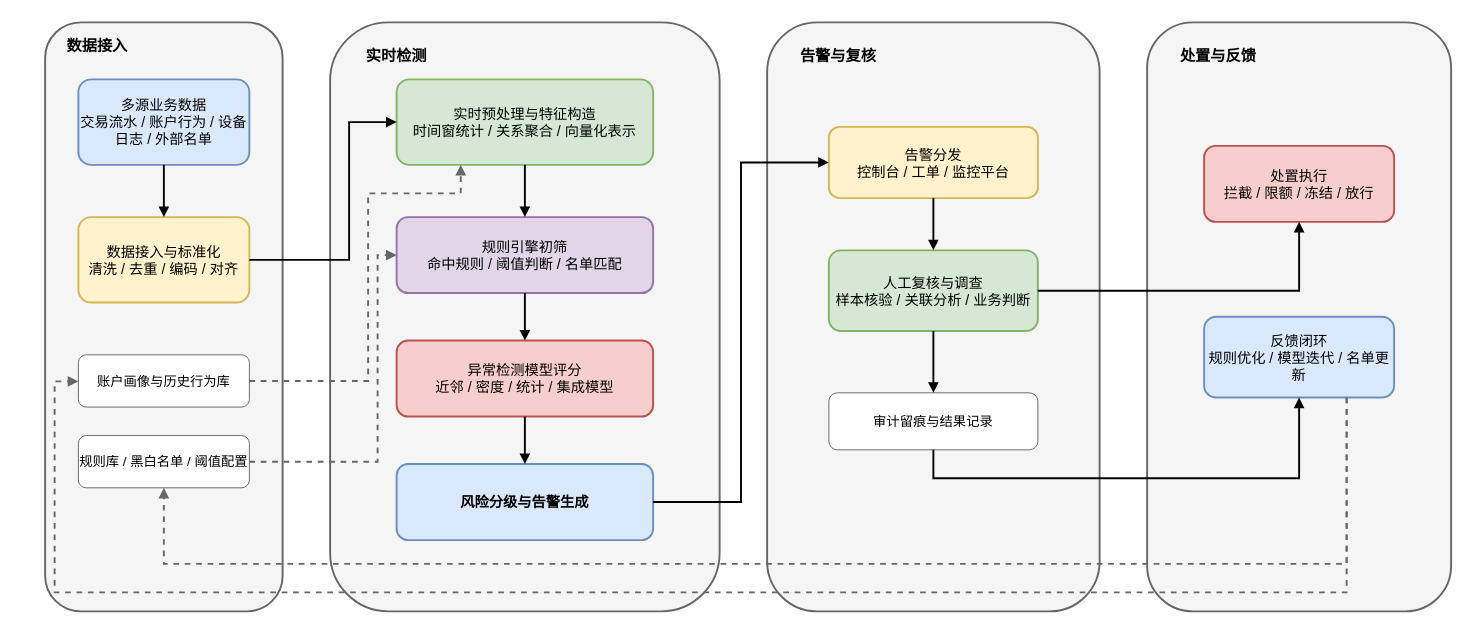
The draw.io diagram sysuthesis/figures/fig1_3_financial_anomaly_standard_flow.drawio in HuangEven/sysuthesis, before the edit. Source tidied: cells renumbered, new cells numbered last; positions are measured from the earlier drawing's top-left corner, leaving out a move shared by most shapes. Both pictures are drawn from the tidied source at 95%, with x=0, y=0 at pixel (45, 22).
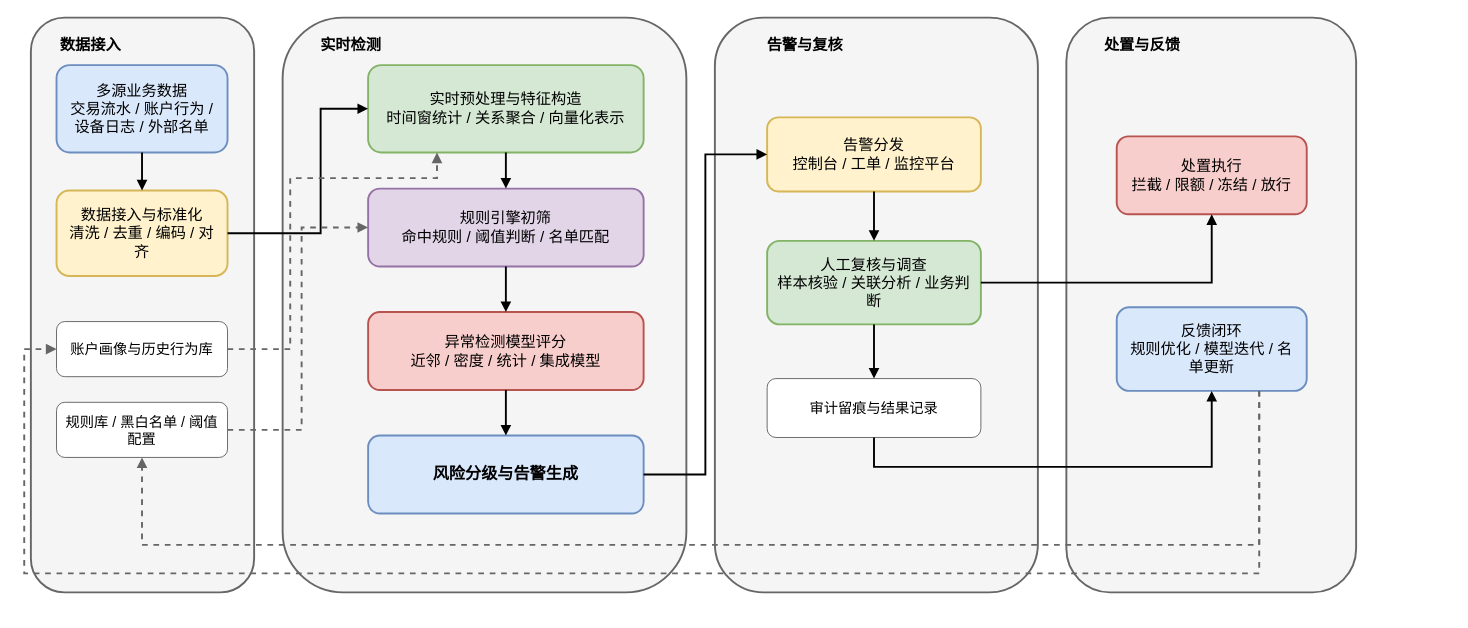
Above is the later version.

Change to the diagram source:
```diff
@@
-    <mxCell id="2" style="rounded=1;whiteSpace=wrap;html=1;fillColor=#f5f5f5;strokeColor=#666666;strokeWidth=2;fontSize=16;fontStyle=1;" parent="1" vertex="1">
-      <mxGeometry width="250" height="620" as="geometry" />
+    <mxCell id="2" style="rounded=1;whiteSpace=wrap;html=1;fillColor=#f5f5f5;strokeColor=#666666;strokeWidth=2;fontSize=18;fontStyle=1;" parent="1" vertex="1">
+      <mxGeometry x="-15" y="-5" width="235" height="605" as="geometry" />
     </mxCell>
-    <mxCell id="3" style="rounded=1;whiteSpace=wrap;html=1;fillColor=#f5f5f5;strokeColor=#666666;strokeWidth=2;fontSize=16;fontStyle=1;" parent="1" vertex="1">
-      <mxGeometry x="300" width="410" height="620" as="geometry" />
+    <mxCell id="3" style="rounded=1;whiteSpace=wrap;html=1;fillColor=#f5f5f5;strokeColor=#666666;strokeWidth=2;fontSize=18;fontStyle=1;" parent="1" vertex="1">
+      <mxGeometry x="250" y="-5" width="425" height="605" as="geometry" />
     </mxCell>
-    <mxCell id="4" style="rounded=1;whiteSpace=wrap;html=1;fillColor=#f5f5f5;strokeColor=#666666;strokeWidth=2;fontSize=16;fontStyle=1;" parent="1" vertex="1">
-      <mxGeometry x="760" width="350" height="620" as="geometry" />
+    <mxCell id="4" style="rounded=1;whiteSpace=wrap;html=1;fillColor=#f5f5f5;strokeColor=#666666;strokeWidth=2;fontSize=18;fontStyle=1;" parent="1" vertex="1">
+      <mxGeometry x="705" y="-5" width="340" height="605" as="geometry" />
     </mxCell>
-    <mxCell id="5" style="rounded=1;whiteSpace=wrap;html=1;fillColor=#f5f5f5;strokeColor=#666666;strokeWidth=2;fontSize=16;fontStyle=1;" parent="1" vertex="1">
-      <mxGeometry x="1160" width="320" height="620" as="geometry" />
+    <mxCell id="5" style="rounded=1;whiteSpace=wrap;html=1;fillColor=#f5f5f5;strokeColor=#666666;strokeWidth=2;fontSize=18;fontStyle=1;" parent="1" vertex="1">
+      <mxGeometry x="1075" y="-5" width="305" height="605" as="geometry" />
     </mxCell>
-    <mxCell id="6" value="多源业务数据&#10;交易流水 / 账户行为 / 设备日志 / 外部名单" style="rounded=1;whiteSpace=wrap;html=1;fillColor=#dae8fc;strokeColor=#6c8ebf;strokeWidth=2;fontSize=15;" parent="1" vertex="1">
-      <mxGeometry x="35" y="60" width="180" height="90" as="geometry" />
+    <mxCell id="6" value="多源业务数据&#10;交易流水 / 账户行为 / 设备日志 / 外部名单" style="rounded=1;whiteSpace=wrap;html=1;fillColor=#dae8fc;strokeColor=#6c8ebf;strokeWidth=2;fontSize=16;spacingLeft=6;spacingRight=6;" parent="1" vertex="1">
+      <mxGeometry x="12" y="45" width="180" height="92" as="geometry" />
     </mxCell>
-    <mxCell id="7" value="数据接入与标准化&#10;清洗 / 去重 / 编码 / 对齐" style="rounded=1;whiteSpace=wrap;html=1;fillColor=#fff2cc;strokeColor=#d6b656;strokeWidth=2;fontSize=15;" parent="1" vertex="1">
-      <mxGeometry x="35" y="205" width="180" height="90" as="geometry" />
+    <mxCell id="7" value="数据接入与标准化&#10;清洗 / 去重 / 编码 / 对齐" style="rounded=1;whiteSpace=wrap;html=1;fillColor=#fff2cc;strokeColor=#d6b656;strokeWidth=2;fontSize=16;spacingLeft=6;spacingRight=6;" parent="1" vertex="1">
+      <mxGeometry x="12" y="177" width="180" height="90" as="geometry" />
     </mxCell>
-    <mxCell id="8" value="账户画像与历史行为库" style="rounded=1;whiteSpace=wrap;html=1;fillColor=#ffffff;strokeColor=#666666;fontSize=14;" parent="1" vertex="1">
-      <mxGeometry x="35" y="350" width="180" height="55" as="geometry" />
+    <mxCell id="8" value="账户画像与历史行为库" style="rounded=1;whiteSpace=wrap;html=1;fillColor=#ffffff;strokeColor=#666666;fontSize=15;spacingLeft=6;spacingRight=6;" parent="1" vertex="1">
+      <mxGeometry x="12" y="315" width="180" height="58" as="geometry" />
     </mxCell>
-    <mxCell id="9" value="规则库 / 黑白名单 / 阈值配置" style="rounded=1;whiteSpace=wrap;html=1;fillColor=#ffffff;strokeColor=#666666;fontSize=14;" parent="1" vertex="1">
-      <mxGeometry x="35" y="435" width="180" height="55" as="geometry" />
+    <mxCell id="9" value="规则库 / 黑白名单 / 阈值配置" style="rounded=1;whiteSpace=wrap;html=1;fillColor=#ffffff;strokeColor=#666666;fontSize=15;spacingLeft=6;spacingRight=6;" parent="1" vertex="1">
+      <mxGeometry x="12" y="400" width="180" height="58" as="geometry" />
     </mxCell>
-    <mxCell id="10" value="实时预处理与特征构造&#10;时间窗统计 / 关系聚合 / 向量化表示" style="rounded=1;whiteSpace=wrap;html=1;fillColor=#d5e8d4;strokeColor=#82b366;strokeWidth=2;fontSize=15;" parent="1" vertex="1">
-      <mxGeometry x="370" y="60" width="270" height="90" as="geometry" />
+    <mxCell id="10" value="实时预处理与特征构造&#10;时间窗统计 / 关系聚合 / 向量化表示" style="rounded=1;whiteSpace=wrap;html=1;fillColor=#d5e8d4;strokeColor=#82b366;strokeWidth=2;fontSize=16;spacingLeft=6;spacingRight=6;" parent="1" vertex="1">
+      <mxGeometry x="340" y="45" width="290" height="92" as="geometry" />
     </mxCell>
-    <mxCell id="11" value="规则引擎初筛&#10;命中规则 / 阈值判断 / 名单匹配" style="rounded=1;whiteSpace=wrap;html=1;fillColor=#e1d5e7;strokeColor=#9673a6;strokeWidth=2;fontSize=15;" parent="1" vertex="1">
-      <mxGeometry x="370" y="205" width="270" height="80" as="geometry" />
+    <mxCell id="11" value="规则引擎初筛&#10;命中规则 / 阈值判断 / 名单匹配" style="rounded=1;whiteSpace=wrap;html=1;fillColor=#e1d5e7;strokeColor=#9673a6;strokeWidth=2;fontSize=16;spacingLeft=6;spacingRight=6;" parent="1" vertex="1">
+      <mxGeometry x="340" y="175" width="290" height="82" as="geometry" />
     </mxCell>
-    <mxCell id="12" value="异常检测模型评分&#10;近邻 / 密度 / 统计 / 集成模型" style="rounded=1;whiteSpace=wrap;html=1;fillColor=#f8cecc;strokeColor=#b85450;strokeWidth=2;fontSize=15;" parent="1" vertex="1">
-      <mxGeometry x="370" y="335" width="270" height="80" as="geometry" />
+    <mxCell id="12" value="异常检测模型评分&#10;近邻 / 密度 / 统计 / 集成模型" style="rounded=1;whiteSpace=wrap;html=1;fillColor=#f8cecc;strokeColor=#b85450;strokeWidth=2;fontSize=16;spacingLeft=6;spacingRight=6;" parent="1" vertex="1">
+      <mxGeometry x="340" y="305" width="290" height="82" as="geometry" />
     </mxCell>
-    <mxCell id="13" value="风险分级与告警生成" style="rounded=1;whiteSpace=wrap;html=1;fillColor=#dae8fc;strokeColor=#6c8ebf;strokeWidth=2;fontSize=15;fontStyle=1;" parent="1" vertex="1">
-      <mxGeometry x="370" y="465" width="270" height="80" as="geometry" />
+    <mxCell id="13" value="风险分级与告警生成" style="rounded=1;whiteSpace=wrap;html=1;fillColor=#dae8fc;strokeColor=#6c8ebf;strokeWidth=2;fontSize=17;fontStyle=1;spacingLeft=6;spacingRight=6;" parent="1" vertex="1">
+      <mxGeometry x="340" y="435" width="290" height="82" as="geometry" />
     </mxCell>
-    <mxCell id="14" value="告警分发&#10;控制台 / 工单 / 监控平台" style="rounded=1;whiteSpace=wrap;html=1;fillColor=#fff2cc;strokeColor=#d6b656;strokeWidth=2;fontSize=15;" parent="1" vertex="1">
-      <mxGeometry x="825" y="110" width="220" height="75" as="geometry" />
+    <mxCell id="14" value="告警分发&#10;控制台 / 工单 / 监控平台" style="rounded=1;whiteSpace=wrap;html=1;fillColor=#fff2cc;strokeColor=#d6b656;strokeWidth=2;fontSize=16;spacingLeft=6;spacingRight=6;" parent="1" vertex="1">
+      <mxGeometry x="760" y="100" width="225" height="78" as="geometry" />
     </mxCell>
-    <mxCell id="15" value="人工复核与调查&#10;样本核验 / 关联分析 / 业务判断" style="rounded=1;whiteSpace=wrap;html=1;fillColor=#d5e8d4;strokeColor=#82b366;strokeWidth=2;fontSize=15;" parent="1" vertex="1">
-      <mxGeometry x="825" y="240" width="220" height="85" as="geometry" />
+    <mxCell id="15" value="人工复核与调查&#10;样本核验 / 关联分析 / 业务判断" style="rounded=1;whiteSpace=wrap;html=1;fillColor=#d5e8d4;strokeColor=#82b366;strokeWidth=2;fontSize=16;spacingLeft=6;spacingRight=6;" parent="1" vertex="1">
+      <mxGeometry x="760" y="230" width="225" height="88" as="geometry" />
     </mxCell>
-    <mxCell id="16" value="审计留痕与结果记录" style="rounded=1;whiteSpace=wrap;html=1;fillColor=#ffffff;strokeColor=#666666;fontSize=14;" parent="1" vertex="1">
-      <mxGeometry x="825" y="390" width="220" height="60" as="geometry" />
+    <mxCell id="16" value="审计留痕与结果记录" style="rounded=1;whiteSpace=wrap;html=1;fillColor=#ffffff;strokeColor=#666666;fontSize=15;spacingLeft=6;spacingRight=6;" parent="1" vertex="1">
+      <mxGeometry x="760" y="375" width="225" height="62" as="geometry" />
     </mxCell>
-    <mxCell id="17" value="处置执行&#10;拦截 / 限额 / 冻结 / 放行" style="rounded=1;whiteSpace=wrap;html=1;fillColor=#f8cecc;strokeColor=#b85450;strokeWidth=2;fontSize=15;" parent="1" vertex="1">
-      <mxGeometry x="1220" y="130" width="200" height="80" as="geometry" />
+    <mxCell id="17" value="处置执行&#10;拦截 / 限额 / 冻结 / 放行" style="rounded=1;whiteSpace=wrap;html=1;fillColor=#f8cecc;strokeColor=#b85450;strokeWidth=2;fontSize=16;spacingLeft=6;spacingRight=6;" parent="1" vertex="1">
+      <mxGeometry x="1128" y="120" width="200" height="82" as="geometry" />
     </mxCell>
-    <mxCell id="18" value="反馈闭环&#10;规则优化 / 模型迭代 / 名单更新" style="rounded=1;whiteSpace=wrap;html=1;fillColor=#dae8fc;strokeColor=#6c8ebf;strokeWidth=2;fontSize=15;" parent="1" vertex="1">
-      <mxGeometry x="1220" y="310" width="200" height="85" as="geometry" />
+    <mxCell id="18" value="反馈闭环&#10;规则优化 / 模型迭代 / 名单更新" style="rounded=1;whiteSpace=wrap;html=1;fillColor=#dae8fc;strokeColor=#6c8ebf;strokeWidth=2;fontSize=16;spacingLeft=6;spacingRight=6;" parent="1" vertex="1">
+      <mxGeometry x="1128" y="300" width="200" height="88" as="geometry" />
     </mxCell>
@@
     <mxCell id="20" style="edgeStyle=orthogonalEdgeStyle;rounded=0;html=1;strokeWidth=2;endArrow=block;endFill=1;" parent="1" edge="1" source="7" target="10">
       <mxGeometry relative="1" as="geometry">
         <Array as="points">
-          <mxPoint x="320" y="250" />
-          <mxPoint x="320" y="105" />
+          <mxPoint x="290" y="222" />
+          <mxPoint x="290" y="91" />
         </Array>
       </mxGeometry>
     </mxCell>
@@
     <mxCell id="28" style="edgeStyle=orthogonalEdgeStyle;rounded=0;html=1;strokeWidth=2;endArrow=block;endFill=1;entryX=0.5;entryY=1;entryDx=0;entryDy=0;" parent="1" edge="1" source="16" target="18">
       <mxGeometry relative="1" as="geometry">
         <Array as="points">
-          <mxPoint x="935" y="480" />
-          <mxPoint x="1320" y="480" />
+          <mxPoint x="873" y="468" />
+          <mxPoint x="1228" y="468" />
         </Array>
       </mxGeometry>
     </mxCell>
     <mxCell id="29" style="edgeStyle=orthogonalEdgeStyle;rounded=0;html=1;strokeWidth=2;dashed=1;endArrow=block;endFill=1;strokeColor=#666666;" parent="1" edge="1" source="18" target="8">
       <mxGeometry relative="1" as="geometry">
         <Array as="points">
-          <mxPoint x="1370" y="600" />
-          <mxPoint x="10" y="600" />
-          <mxPoint x="10" y="378" />
+          <mxPoint x="1278" y="580" />
+          <mxPoint x="-22" y="580" />
+          <mxPoint x="-22" y="344" />
         </Array>
       </mxGeometry>
     </mxCell>
     <mxCell id="30" style="edgeStyle=orthogonalEdgeStyle;rounded=0;html=1;strokeWidth=2;dashed=1;endArrow=block;endFill=1;strokeColor=#666666;exitX=0.75;exitY=1;exitDx=0;exitDy=0;" parent="1" edge="1" source="18" target="9">
       <mxGeometry relative="1" as="geometry">
         <Array as="points">
-          <mxPoint x="1370" y="570" />
-          <mxPoint x="125" y="570" />
+          <mxPoint x="1278" y="550" />
+          <mxPoint x="102" y="550" />
         </Array>
       </mxGeometry>
     </mxCell>
     <mxCell id="31" style="edgeStyle=orthogonalEdgeStyle;rounded=0;html=1;strokeWidth=2;dashed=1;endArrow=block;endFill=1;strokeColor=#666666;entryX=0.25;entryY=1;entryDx=0;entryDy=0;" parent="1" edge="1" source="8" target="10">
       <mxGeometry relative="1" as="geometry">
         <Array as="points">
-          <mxPoint x="340" y="378" />
-          <mxPoint x="340" y="180" />
-          <mxPoint x="438" y="180" />
+          <mxPoint x="258" y="344" />
+          <mxPoint x="258" y="164" />
+          <mxPoint x="412" y="164" />
         </Array>
       </mxGeometry>
     </mxCell>
     <mxCell id="32" style="edgeStyle=orthogonalEdgeStyle;rounded=0;html=1;strokeWidth=2;dashed=1;endArrow=block;endFill=1;strokeColor=#666666;" parent="1" edge="1" source="9" target="11">
       <mxGeometry relative="1" as="geometry">
         <Array as="points">
-          <mxPoint x="350" y="463" />
-          <mxPoint x="350" y="245" />
+          <mxPoint x="270" y="429" />
+          <mxPoint x="270" y="216" />
         </Array>
       </mxGeometry>
     </mxCell>
     <mxCell id="33" value="&lt;span style=&quot;font-size: 16px; font-weight: 700;&quot;&gt;数据接入&lt;/span&gt;" style="text;html=1;align=center;verticalAlign=middle;whiteSpace=wrap;rounded=0;" parent="1" vertex="1">
-      <mxGeometry x="10" y="10" width="90" height="30" as="geometry" />
+      <mxGeometry y="8" width="96" height="32" as="geometry" />
     </mxCell>
     <mxCell id="34" value="&lt;span style=&quot;font-size: 16px; font-weight: 700;&quot;&gt;实时检测&lt;/span&gt;" style="text;html=1;align=center;verticalAlign=middle;whiteSpace=wrap;rounded=0;" parent="1" vertex="1">
-      <mxGeometry x="330" y="20" width="80" height="30" as="geometry" />
+      <mxGeometry x="272" y="8" width="100" height="32" as="geometry" />
     </mxCell>
     <mxCell id="35" value="&lt;span style=&quot;font-size: 16px; font-weight: 700;&quot;&gt;处置与反馈&lt;/span&gt;" style="text;html=1;align=center;verticalAlign=middle;whiteSpace=wrap;rounded=0;" parent="1" vertex="1">
-      <mxGeometry x="1190" y="20" width="90" height="30" as="geometry" />
+      <mxGeometry x="1100" y="8" width="110" height="32" as="geometry" />
     </mxCell>
     <mxCell id="36" value="&lt;span style=&quot;font-size: 16px; font-weight: 700;&quot;&gt;告警与复核&lt;/span&gt;" style="text;html=1;align=center;verticalAlign=middle;whiteSpace=wrap;rounded=0;" parent="1" vertex="1">
-      <mxGeometry x="780" y="20" width="110" height="30" as="geometry" />
+      <mxGeometry x="740" y="8" width="120" height="32" as="geometry" />
     </mxCell>
```
